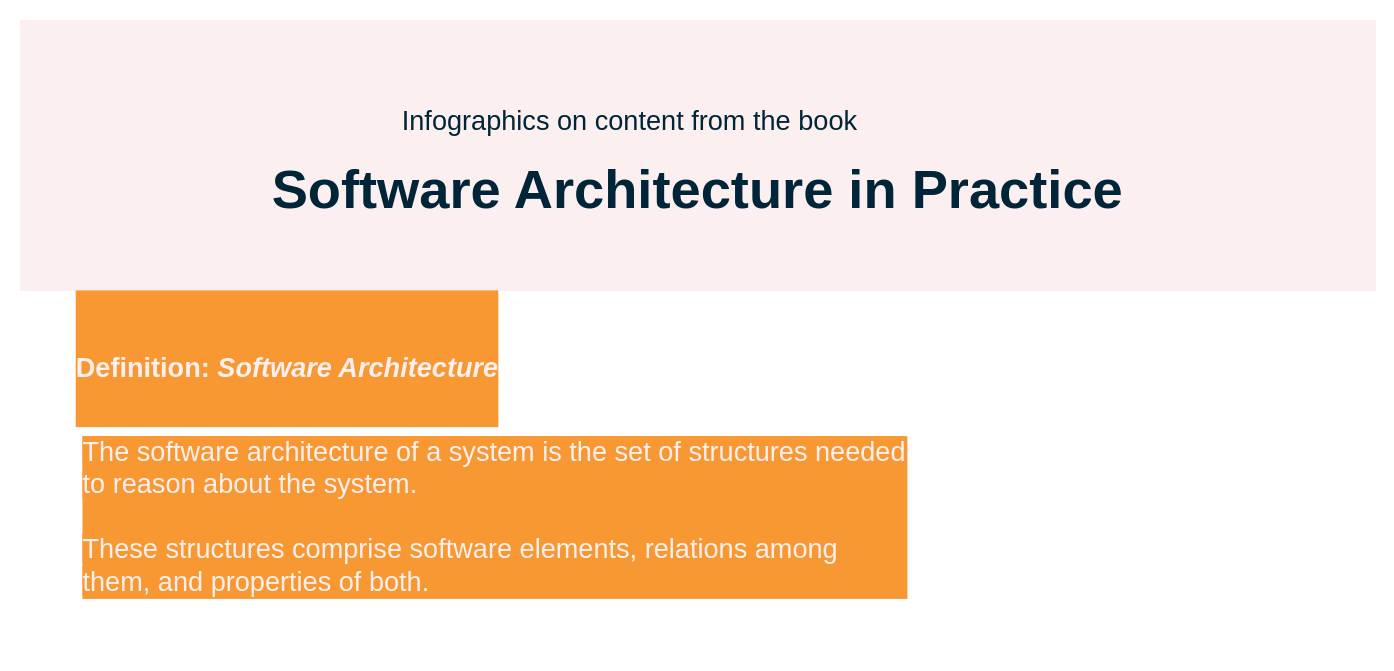
Before: infographics-software-architecture-in-practise-4th-ed.drawio in HenrikSamuelsson/reading-sw-architecture-in-practice-4th, a draw.io diagram. Source tidied: cells renumbered, new cells numbered last; positions are measured from the earlier drawing's top-left corner, leaving out a move shared by most shapes. Both pictures are drawn from the tidied source at 113%, with x=0, y=0 at pixel (19, 19).
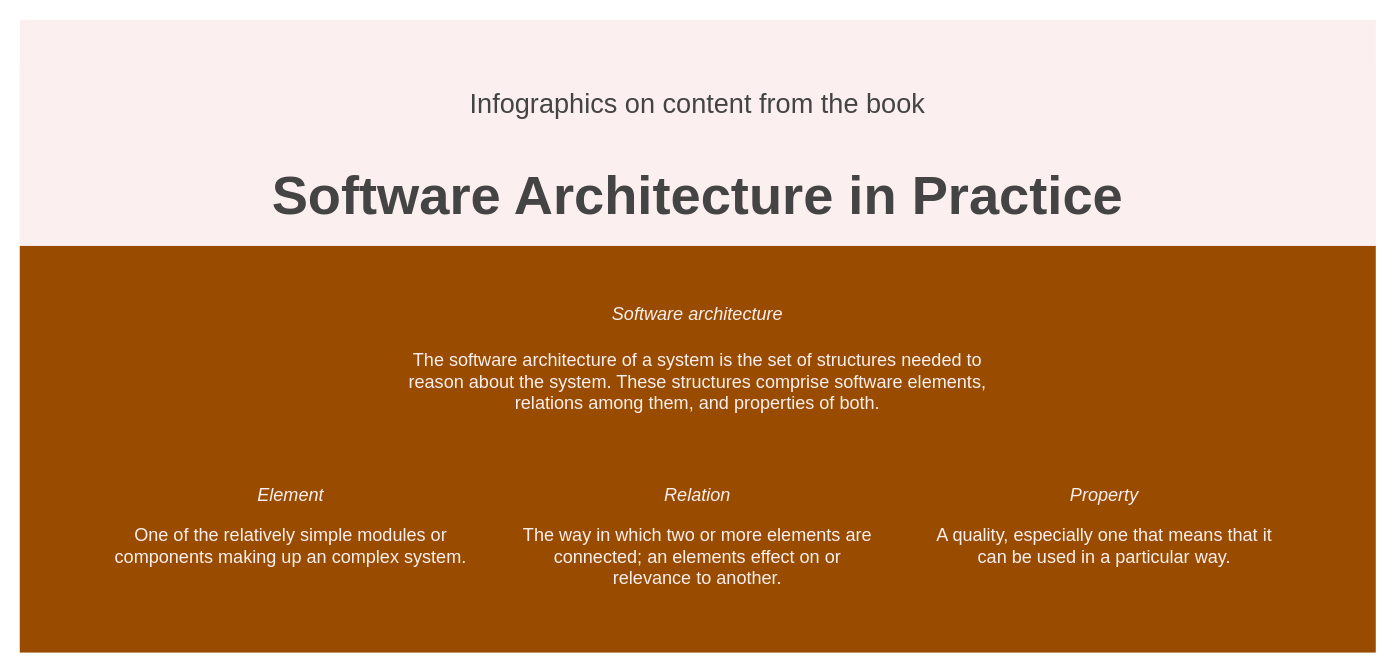
The same page after the edit.

Commit message:
Add more info on software architecture definition.

Diff of the diagram source:
```diff
@@
 <mxGraphModel>
   <root>
     <mxCell id="0" />
     <mxCell id="1" parent="0" />
     <mxCell id="2" style="rounded=0;whiteSpace=wrap;html=1;fontSize=24;fillColor=#FCEFEF;strokeColor=none;" parent="1" vertex="1">
-      <mxGeometry width="1200" height="240" as="geometry" />
+      <mxGeometry width="1200" height="200" as="geometry" />
     </mxCell>
     <mxCell id="3" style="shape=waypoint;sketch=0;fillStyle=solid;size=6;fillColor=none;perimeter=centerPerimeter;fontSize=24;strokeColor=none;" parent="1" vertex="1">
       <mxGeometry x="60" y="180" width="40" height="40" as="geometry" />
     </mxCell>
+    <mxCell id="9" style="rounded=0;whiteSpace=wrap;html=1;labelBackgroundColor=#994C00;fontSize=16;fontColor=#FCEFEF;strokeColor=none;gradientColor=none;fillColor=#994C00;" parent="1" vertex="1">
+      <mxGeometry y="200" width="1200" height="360" as="geometry" />
+    </mxCell>
     <mxCell id="4" parent="0" />
-    <mxCell id="5" value="&lt;p style=&quot;line-height: 120%; font-size: 24px;&quot;&gt;Infographics on content from the book&lt;br style=&quot;font-size: 24px;&quot;&gt;&lt;/p&gt;" style="text;html=1;strokeColor=none;fillColor=none;align=center;verticalAlign=middle;whiteSpace=wrap;rounded=0;fontSize=24;fontColor=#012538;" parent="4" vertex="1">
-      <mxGeometry y="70" width="1080" height="40" as="geometry" />
+    <mxCell id="5" value="&lt;p style=&quot;line-height: 120%; font-size: 24px;&quot;&gt;Infographics on content from the book&lt;br style=&quot;font-size: 24px;&quot;&gt;&lt;/p&gt;" style="text;html=1;strokeColor=none;fillColor=#FCEFEF;align=center;verticalAlign=middle;whiteSpace=wrap;rounded=0;fontSize=24;fontColor=#444444;" parent="4" vertex="1">
+      <mxGeometry y="40" width="1200" height="70" as="geometry" />
     </mxCell>
-    <mxCell id="6" value="&lt;font style=&quot;font-size: 48px;&quot;&gt;&lt;b&gt;Software Architecture in Practice&lt;/b&gt;&lt;/font&gt;" style="text;html=1;strokeColor=none;fillColor=none;align=center;verticalAlign=middle;whiteSpace=wrap;rounded=0;fontSize=16;fontColor=#012538;" parent="4" vertex="1">
-      <mxGeometry y="110" width="1200" height="80" as="geometry" />
+    <mxCell id="6" value="&lt;font style=&quot;font-size: 48px;&quot;&gt;&lt;b&gt;Software Architecture in Practice&lt;/b&gt;&lt;/font&gt;" style="text;html=1;strokeColor=none;fillColor=#FCEFEF;align=center;verticalAlign=middle;whiteSpace=wrap;rounded=0;fontSize=16;fontColor=#444444;" parent="4" vertex="1">
+      <mxGeometry y="110" width="1200" height="90" as="geometry" />
     </mxCell>
-    <mxCell id="7" value="&lt;h1 style=&quot;border-color: var(--border-color);&quot;&gt;&lt;font style=&quot;border-color: var(--border-color); font-size: 24px;&quot;&gt;Definition:&amp;nbsp;&lt;i style=&quot;border-color: var(--border-color);&quot;&gt;Software Architecture&lt;/i&gt;&lt;/font&gt;&lt;/h1&gt;" style="text;html=1;strokeColor=none;fillColor=none;align=left;verticalAlign=middle;whiteSpace=wrap;rounded=0;fontSize=24;fontColor=#FCEFEF;spacing=10;labelBackgroundColor=#F89833;" parent="4" vertex="1">
-      <mxGeometry x="40" y="260" width="610" height="80" as="geometry" />
-    </mxCell>
-    <mxCell id="8" value="&lt;span style=&quot;background-color: rgb(248, 152, 51);&quot;&gt;The software architecture of a system is the set of structures needed to reason about the system.&lt;br&gt;&lt;br&gt;These structures comprise software elements, relations among them, and properties of both.&lt;/span&gt;" style="text;html=1;strokeColor=none;fillColor=none;align=left;verticalAlign=middle;whiteSpace=wrap;rounded=0;labelBackgroundColor=#F89833;fontSize=24;fontColor=#FCEFEF;spacing=16;" parent="4" vertex="1">
-      <mxGeometry x="40" y="360" width="760" height="160" as="geometry" />
+    <mxCell id="8" value="The software architecture of a system is the set of structures needed to reason about the system. These structures comprise software elements, relations among them, and properties of both." style="text;strokeColor=none;fillColor=none;align=center;verticalAlign=middle;whiteSpace=wrap;rounded=0;fontColor=#FCEFEF;fontSize=16;spacing=10;labelBackgroundColor=#994C00;labelPosition=center;verticalLabelPosition=middle;fontStyle=0;" parent="4" vertex="1">
+      <mxGeometry x="320" y="280" width="560" height="80" as="geometry" />
     </mxCell>
+    <mxCell id="10" value="Software architecture" style="text;strokeColor=none;fillColor=none;align=center;verticalAlign=middle;whiteSpace=wrap;rounded=0;fontColor=#FCEFEF;fontSize=16;spacing=10;labelBackgroundColor=#994C00;labelPosition=center;verticalLabelPosition=middle;fontStyle=2;" parent="4" vertex="1">
+      <mxGeometry x="320" y="240" width="560" height="40" as="geometry" />
+    </mxCell>
+    <mxCell id="11" value="A quality, especially one that means that it can be used in a particular way." style="text;strokeColor=none;fillColor=none;align=center;verticalAlign=top;whiteSpace=wrap;rounded=0;fontColor=#FCEFEF;fontSize=16;spacing=2;labelBackgroundColor=#994C00;labelPosition=center;verticalLabelPosition=middle;fontStyle=0;" parent="4" vertex="1">
+      <mxGeometry x="800" y="440" width="320" height="80" as="geometry" />
+    </mxCell>
+    <mxCell id="12" value="Property" style="text;strokeColor=none;fillColor=none;align=center;verticalAlign=middle;whiteSpace=wrap;rounded=0;fontColor=#FCEFEF;fontSize=16;spacing=2;labelBackgroundColor=#994C00;labelPosition=center;verticalLabelPosition=middle;fontStyle=2;" parent="4" vertex="1">
+      <mxGeometry x="800" y="400" width="320" height="40" as="geometry" />
+    </mxCell>
+    <mxCell id="13" value="One of the relatively simple modules or components making up an complex system." style="text;strokeColor=none;fillColor=none;align=center;verticalAlign=top;whiteSpace=wrap;rounded=0;fontColor=#FCEFEF;fontSize=16;spacing=2;labelBackgroundColor=#994C00;labelPosition=center;verticalLabelPosition=middle;fontStyle=0;" parent="4" vertex="1">
+      <mxGeometry x="80" y="440" width="320" height="80" as="geometry" />
+    </mxCell>
+    <mxCell id="14" value="Element" style="text;strokeColor=none;fillColor=none;align=center;verticalAlign=middle;whiteSpace=wrap;rounded=0;fontColor=#FCEFEF;fontSize=16;spacing=2;labelBackgroundColor=#994C00;labelPosition=center;verticalLabelPosition=middle;fontStyle=2;" parent="4" vertex="1">
+      <mxGeometry x="80" y="400" width="320" height="40" as="geometry" />
+    </mxCell>
+    <mxCell id="15" value="The way in which two or more elements are connected; an elements effect on or relevance to another." style="text;strokeColor=none;fillColor=none;align=center;verticalAlign=top;whiteSpace=wrap;rounded=0;fontColor=#FCEFEF;fontSize=16;spacing=2;labelBackgroundColor=#994C00;labelPosition=center;verticalLabelPosition=middle;fontStyle=0;" parent="4" vertex="1">
+      <mxGeometry x="440" y="440" width="320" height="80" as="geometry" />
+    </mxCell>
+    <mxCell id="16" value="Relation" style="text;strokeColor=none;fillColor=none;align=center;verticalAlign=middle;whiteSpace=wrap;rounded=0;fontColor=#FCEFEF;fontSize=16;spacing=2;labelBackgroundColor=#994C00;labelPosition=center;verticalLabelPosition=middle;fontStyle=2;" parent="4" vertex="1">
+      <mxGeometry x="440" y="400" width="320" height="40" as="geometry" />
+    </mxCell>
   </root>
 </mxGraphModel>
```
